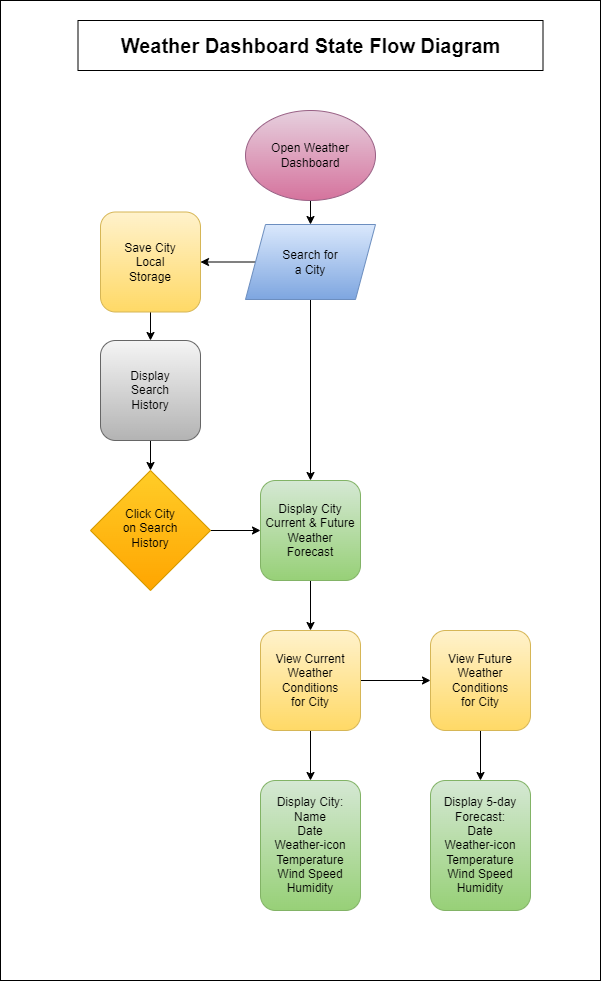
naturuplift/WeatherDashboard keeps this draw.io diagram as assets/img/Weather Dashboard State Diagram v1.png. Above is the earlier version. Source tidied: cells renumbered, new cells last; positions are measured from the earlier drawing's top-left corner, leaving out a move shared by most shapes.
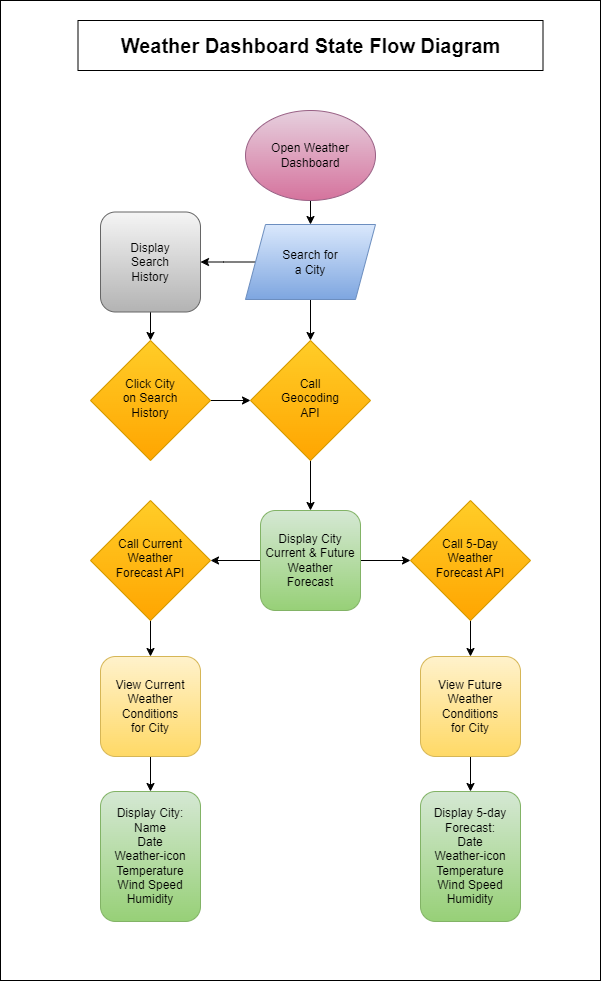
The same diagram one commit later.

Commit message:
edit state flow diagram

The edit, as a diff of the source:
```diff
@@ -10,11 +10,11 @@
         <mxPoint x="310" y="224" as="targetPoint" />
       </mxGeometry>
     </mxCell>
-    <mxCell id="4" style="edgeStyle=orthogonalEdgeStyle;rounded=0;jettySize=auto;html=1;exitX=1;exitY=0.5;exitDx=0;exitDy=0;entryX=0;entryY=0.5;entryDx=0;entryDy=0;" parent="1" edge="1" source="5" target="14">
-      <mxGeometry relative="1" as="geometry" />
-    </mxCell>
+    <mxCell id="25" style="edgeStyle=orthogonalEdgeStyle;rounded=0;jettySize=auto;html=1;exitX=1;exitY=0.5;exitDx=0;exitDy=0;entryX=0;entryY=0.5;entryDx=0;entryDy=0;" parent="1" edge="1" source="5" target="30">
+      <mxGeometry relative="1" as="geometry" />
+    </mxCell>
     <mxCell id="5" value="Click City&lt;br style=&quot;border-color: var(--border-color);&quot;&gt;on Search&lt;br style=&quot;border-color: var(--border-color);&quot;&gt;History" style="rhombus;whiteSpace=wrap;html=1;shadow=0;fontFamily=Helvetica;fontSize=12;align=center;strokeWidth=1;spacing=6;spacingTop=-4;fillColor=#ffcd28;strokeColor=#d79b00;gradientColor=#ffa500;" parent="1" vertex="1">
-      <mxGeometry x="90" y="470" width="120" height="120" as="geometry" />
+      <mxGeometry x="90" y="340" width="120" height="120" as="geometry" />
     </mxCell>
     <mxCell id="6" value="&lt;b&gt;&lt;font style=&quot;font-size: 20px;&quot;&gt;Weather Dashboard State Flow Diagram&lt;/font&gt;&lt;/b&gt;" style="rounded=0;whiteSpace=wrap;html=1;" parent="1" vertex="1">
       <mxGeometry x="77.5" y="20" width="465" height="50" as="geometry" />
@@ -22,12 +22,14 @@
     <mxCell id="7" value="Open Weather&lt;br&gt;Dashboard" style="ellipse;whiteSpace=wrap;html=1;fillColor=#e6d0de;strokeColor=#996185;gradientColor=#d5739d;" parent="1" vertex="1">
       <mxGeometry x="245" y="110" width="130" height="90" as="geometry" />
     </mxCell>
-    <mxCell id="8" style="edgeStyle=orthogonalEdgeStyle;rounded=0;jettySize=auto;html=1;exitX=0;exitY=0.5;exitDx=0;exitDy=0;entryX=1;entryY=0.5;entryDx=0;entryDy=0;" parent="1" edge="1" source="10" target="16">
-      <mxGeometry relative="1" as="geometry" />
+    <mxCell id="8" style="edgeStyle=orthogonalEdgeStyle;rounded=0;jettySize=auto;html=1;exitX=0;exitY=0.5;exitDx=0;exitDy=0;entryX=1;entryY=0.5;entryDx=0;entryDy=0;" parent="1" edge="1" source="10">
+      <mxGeometry relative="1" as="geometry">
+        <mxPoint x="200" y="261.5" as="targetPoint" />
+      </mxGeometry>
     </mxCell>
-    <mxCell id="9" style="edgeStyle=orthogonalEdgeStyle;rounded=0;jettySize=auto;html=1;exitX=0.5;exitY=1;exitDx=0;exitDy=0;entryX=0.5;entryY=0;entryDx=0;entryDy=0;" parent="1" edge="1" source="10" target="14">
-      <mxGeometry relative="1" as="geometry" />
-    </mxCell>
+    <mxCell id="26" style="edgeStyle=orthogonalEdgeStyle;rounded=0;jettySize=auto;html=1;exitX=0.5;exitY=1;exitDx=0;exitDy=0;entryX=0.5;entryY=0;entryDx=0;entryDy=0;" parent="1" edge="1" source="10" target="30">
+      <mxGeometry relative="1" as="geometry" />
+    </mxCell>
     <mxCell id="10" value="Search for&lt;br&gt;a City" style="shape=parallelogram;perimeter=parallelogramPerimeter;whiteSpace=wrap;html=1;fixedSize=1;fillColor=#dae8fc;strokeColor=#6c8ebf;gradientColor=#7ea6e0;" parent="1" vertex="1">
       <mxGeometry x="245" y="224" width="130" height="75" as="geometry" />
     </mxCell>
@@ -35,43 +37,58 @@
       <mxGeometry relative="1" as="geometry" />
     </mxCell>
     <mxCell id="12" value="Display&lt;br&gt;Search&lt;br&gt;History" style="rounded=1;whiteSpace=wrap;html=1;fontSize=12;glass=0;strokeWidth=1;shadow=0;fillColor=#f5f5f5;strokeColor=#666666;gradientColor=#b3b3b3;" parent="1" vertex="1">
-      <mxGeometry x="100" y="340" width="100" height="100" as="geometry" />
+      <mxGeometry x="100" y="211.5" width="100" height="100" as="geometry" />
     </mxCell>
-    <mxCell id="13" style="edgeStyle=orthogonalEdgeStyle;rounded=0;jettySize=auto;html=1;exitX=0.5;exitY=1;exitDx=0;exitDy=0;" parent="1" edge="1" source="14" target="21">
-      <mxGeometry relative="1" as="geometry" />
-    </mxCell>
+    <mxCell id="27" style="edgeStyle=orthogonalEdgeStyle;rounded=0;jettySize=auto;html=1;exitX=0;exitY=0.5;exitDx=0;exitDy=0;" parent="1" edge="1" source="14" target="32">
+      <mxGeometry relative="1" as="geometry" />
+    </mxCell>
+    <mxCell id="28" style="edgeStyle=orthogonalEdgeStyle;rounded=0;jettySize=auto;html=1;exitX=1;exitY=0.5;exitDx=0;exitDy=0;entryX=0;entryY=0.5;entryDx=0;entryDy=0;" parent="1" edge="1" source="14" target="34">
+      <mxGeometry relative="1" as="geometry" />
+    </mxCell>
     <mxCell id="14" value="Display City&lt;br&gt;Current &amp;amp; Future&lt;br&gt;Weather&lt;br&gt;Forecast" style="rounded=1;whiteSpace=wrap;html=1;fontSize=12;glass=0;strokeWidth=1;shadow=0;fillColor=#d5e8d4;strokeColor=#82b366;gradientColor=#97d077;" parent="1" vertex="1">
-      <mxGeometry x="260" y="480" width="100" height="100" as="geometry" />
+      <mxGeometry x="260" y="510" width="100" height="100" as="geometry" />
     </mxCell>
-    <mxCell id="15" style="edgeStyle=orthogonalEdgeStyle;rounded=0;jettySize=auto;html=1;exitX=0.5;exitY=1;exitDx=0;exitDy=0;entryX=0.5;entryY=0;entryDx=0;entryDy=0;" parent="1" edge="1" source="16" target="12">
-      <mxGeometry relative="1" as="geometry" />
-    </mxCell>
-    <mxCell id="16" value="Save City&lt;br&gt;Local&lt;br&gt;Storage" style="rounded=1;whiteSpace=wrap;html=1;fontSize=12;glass=0;strokeWidth=1;shadow=0;fillColor=#fff2cc;strokeColor=#d6b656;gradientColor=#ffd966;" parent="1" vertex="1">
-      <mxGeometry x="100" y="211.5" width="100" height="100" as="geometry" />
-    </mxCell>
     <mxCell id="17" value="Display City: Name&lt;br style=&quot;border-color: var(--border-color);&quot;&gt;Date&lt;br style=&quot;border-color: var(--border-color);&quot;&gt;Weather-icon&lt;br style=&quot;border-color: var(--border-color);&quot;&gt;Temperature&lt;br style=&quot;border-color: var(--border-color);&quot;&gt;Wind Speed&lt;br style=&quot;border-color: var(--border-color);&quot;&gt;Humidity" style="rounded=1;whiteSpace=wrap;html=1;fontSize=12;glass=0;strokeWidth=1;shadow=0;fillColor=#d5e8d4;strokeColor=#82b366;gradientColor=#97d077;" parent="1" vertex="1">
-      <mxGeometry x="260" y="780" width="100" height="130" as="geometry" />
+      <mxGeometry x="100" y="791" width="100" height="130" as="geometry" />
     </mxCell>
     <mxCell id="18" value="Display 5-day&lt;br&gt;Forecast:&lt;br&gt;Date&lt;br&gt;Weather-icon&lt;br&gt;Temperature&lt;br&gt;Wind Speed&lt;br&gt;Humidity" style="rounded=1;whiteSpace=wrap;html=1;fontSize=12;glass=0;strokeWidth=1;shadow=0;fillColor=#d5e8d4;strokeColor=#82b366;gradientColor=#97d077;" parent="1" vertex="1">
-      <mxGeometry x="430" y="780" width="100" height="130" as="geometry" />
+      <mxGeometry x="420" y="791" width="100" height="130" as="geometry" />
     </mxCell>
     <mxCell id="19" style="edgeStyle=orthogonalEdgeStyle;rounded=0;jettySize=auto;html=1;exitX=0.5;exitY=1;exitDx=0;exitDy=0;entryX=0.5;entryY=0;entryDx=0;entryDy=0;" parent="1" edge="1" source="21" target="17">
       <mxGeometry relative="1" as="geometry" />
     </mxCell>
-    <mxCell id="20" style="edgeStyle=orthogonalEdgeStyle;rounded=0;jettySize=auto;html=1;exitX=1;exitY=0.5;exitDx=0;exitDy=0;" parent="1" edge="1" source="21" target="23">
-      <mxGeometry relative="1" as="geometry" />
-    </mxCell>
     <mxCell id="21" value="View Current&lt;br&gt;Weather&lt;br&gt;Conditions&lt;br&gt;for City" style="rounded=1;whiteSpace=wrap;html=1;fontSize=12;glass=0;strokeWidth=1;shadow=0;fillColor=#fff2cc;strokeColor=#d6b656;gradientColor=#ffd966;" parent="1" vertex="1">
-      <mxGeometry x="260" y="630" width="100" height="100" as="geometry" />
+      <mxGeometry x="100" y="656" width="100" height="100" as="geometry" />
     </mxCell>
     <mxCell id="22" style="edgeStyle=orthogonalEdgeStyle;rounded=0;jettySize=auto;html=1;exitX=0.5;exitY=1;exitDx=0;exitDy=0;entryX=0.5;entryY=0;entryDx=0;entryDy=0;" parent="1" edge="1" source="23" target="18">
       <mxGeometry relative="1" as="geometry" />
     </mxCell>
     <mxCell id="23" value="View Future&lt;br style=&quot;border-color: var(--border-color);&quot;&gt;Weather&lt;br style=&quot;border-color: var(--border-color);&quot;&gt;Conditions&lt;br style=&quot;border-color: var(--border-color);&quot;&gt;for City" style="rounded=1;whiteSpace=wrap;html=1;fontSize=12;glass=0;strokeWidth=1;shadow=0;fillColor=#fff2cc;strokeColor=#d6b656;gradientColor=#ffd966;" parent="1" vertex="1">
-      <mxGeometry x="430" y="630" width="100" height="100" as="geometry" />
+      <mxGeometry x="420" y="656" width="100" height="100" as="geometry" />
     </mxCell>
-    <mxCell id="24" style="edgeStyle=orthogonalEdgeStyle;rounded=0;orthogonalLoop=1;jettySize=auto;html=1;exitX=0.5;exitY=1;exitDx=0;exitDy=0;" parent="1" edge="1" source="2" target="2">
-      <mxGeometry relative="1" as="geometry" />
+    <mxCell id="24" style="edgeStyle=orthogonalEdgeStyle;rounded=0;orthogonalLoop=1;jettySize=auto;html=1;exitX=0.5;exitY=1;exitDx=0;exitDy=0;" parent="1" edge="1">
+      <mxGeometry relative="1" as="geometry">
+        <mxPoint x="310" y="980" as="sourcePoint" />
+        <mxPoint x="310" y="980" as="targetPoint" />
+      </mxGeometry>
     </mxCell>
+    <mxCell id="29" style="edgeStyle=orthogonalEdgeStyle;rounded=0;jettySize=auto;html=1;exitX=0.5;exitY=1;exitDx=0;exitDy=0;" parent="1" edge="1" source="30" target="14">
+      <mxGeometry relative="1" as="geometry" />
+    </mxCell>
+    <mxCell id="30" value="Call&lt;br&gt;Geocoding&lt;br&gt;API" style="rhombus;whiteSpace=wrap;html=1;shadow=0;fontFamily=Helvetica;fontSize=12;align=center;strokeWidth=1;spacing=6;spacingTop=-4;fillColor=#ffcd28;strokeColor=#d79b00;gradientColor=#ffa500;" parent="1" vertex="1">
+      <mxGeometry x="250" y="340" width="120" height="120" as="geometry" />
+    </mxCell>
+    <mxCell id="31" style="edgeStyle=orthogonalEdgeStyle;rounded=0;jettySize=auto;html=1;exitX=0.5;exitY=1;exitDx=0;exitDy=0;entryX=0.5;entryY=0;entryDx=0;entryDy=0;" parent="1" edge="1" source="32" target="21">
+      <mxGeometry relative="1" as="geometry" />
+    </mxCell>
+    <mxCell id="32" value="Call Current&lt;br&gt;Weather&lt;br&gt;Forecast API" style="rhombus;whiteSpace=wrap;html=1;shadow=0;fontFamily=Helvetica;fontSize=12;align=center;strokeWidth=1;spacing=6;spacingTop=-4;fillColor=#ffcd28;strokeColor=#d79b00;gradientColor=#ffa500;" parent="1" vertex="1">
+      <mxGeometry x="90" y="500" width="120" height="120" as="geometry" />
+    </mxCell>
+    <mxCell id="33" style="edgeStyle=orthogonalEdgeStyle;rounded=0;jettySize=auto;html=1;exitX=0.5;exitY=1;exitDx=0;exitDy=0;" parent="1" edge="1" source="34" target="23">
+      <mxGeometry relative="1" as="geometry" />
+    </mxCell>
+    <mxCell id="34" value="Call 5-Day&lt;br&gt;Weather&lt;br&gt;Forecast API" style="rhombus;whiteSpace=wrap;html=1;shadow=0;fontFamily=Helvetica;fontSize=12;align=center;strokeWidth=1;spacing=6;spacingTop=-4;fillColor=#ffcd28;strokeColor=#d79b00;gradientColor=#ffa500;" parent="1" vertex="1">
+      <mxGeometry x="410" y="500" width="120" height="120" as="geometry" />
+    </mxCell>
   </root>
 </mxGraphModel>
```
